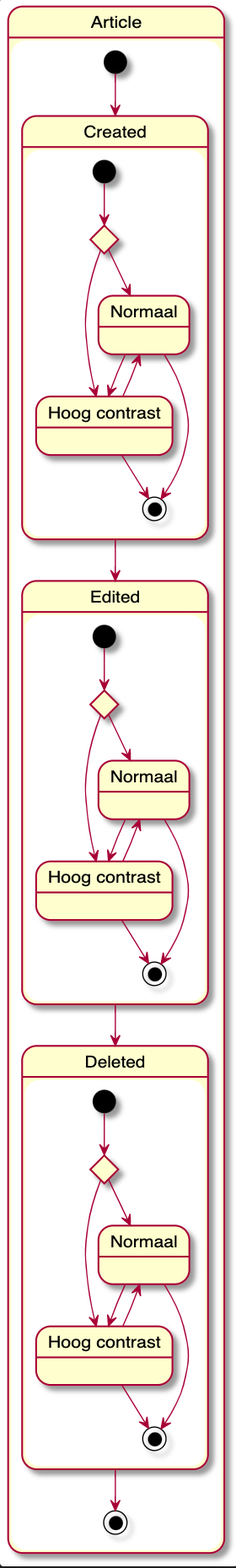
Before: documentation/uml/state/article/article.png, a diagram exported from PlantUML (software-strijders/billy). Its source is kept beside it as documentation/uml/state/article/article.plantuml.
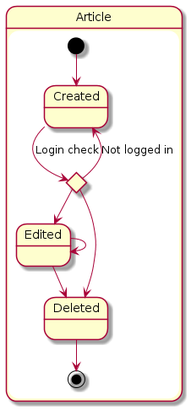
Later version of the same file.

Commit message:
Update article state

Diff of the diagram source:
```diff
@@ -1,58 +1,23 @@
-@startuml article_state
+@startuml Article
 
 state Article {
-  state "Created" as A {
-    state "Normaal" as D
-    state "Hoog contrast" as E
-    state choice <<choice>>
+  state "Created" as C
+  state "Edited" as E
+  state "Deleted" as D
+  state loggedIn <<choice>>
 
-    [*] --> choice
-    choice --> D
-    choice --> E
-    D --> E
-    E --> D
+  [*] --> C
 
-    E --> [*]
-    D --> [*]
-  }
+  C --> loggedIn : Login check
+  loggedIn --> C : Not logged in
 
-  state "Edited" as B {
-    state "Normaal" as F
-    state "Hoog contrast" as G
-    state choice1 <<choice>>
+  loggedIn --> E
+  loggedIn --> D
 
-    [*] --> choice1
-    choice1 --> F
-    choice1 --> G
-    F --> G
-    G --> F
+  E --> E
+  E --> D
 
-    G --> [*]
-    F --> [*]
-  }
-
-  state "Deleted" as C {
-    state "Normaal" as H
-    state "Hoog contrast" as I
-    state choice2 <<choice>>
-
-    [*] --> choice2
-    choice2 --> H
-    choice2 --> I
-    H --> I
-    I --> H
-
-    I --> [*]
-    H --> [*]
-  }
-
-  [*] --> A
-
-  A --> B
-  B --> C
-
-
-  C --> [*]
+  D --> [*]
 }
 
 @enduml
```
